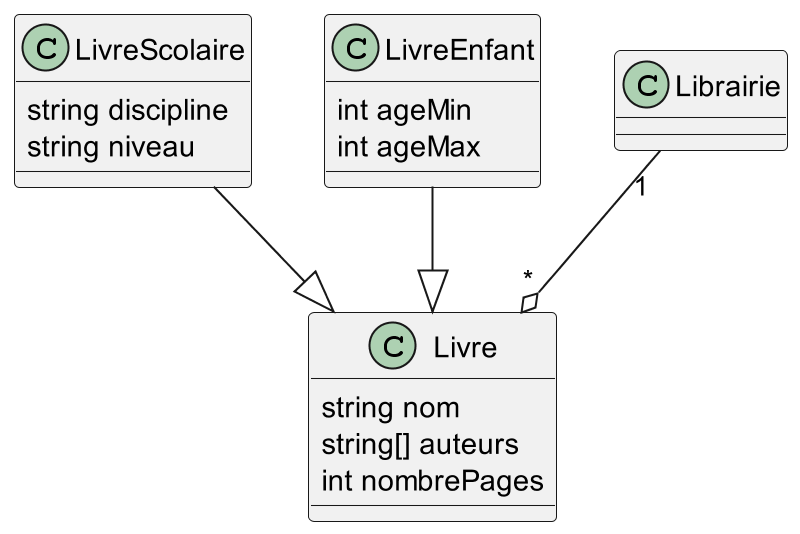
The PlantUML diagram S3/assets/build/librairie.png in thomasGuibert/Cours-Design, before a commit. Its diagram source:
```plantuml
@startuml librairie
scale 800*800


class Livre {
  string nom
  string[] auteurs
  int nombrePages
}

class LivreScolaire {
  string discipline
  string niveau
}

class LivreEnfant {
  int ageMin
  int ageMax
}

Librairie "1" --o "*" Livre
LivreScolaire --|> Livre
LivreEnfant --|> Livre
@enduml
```
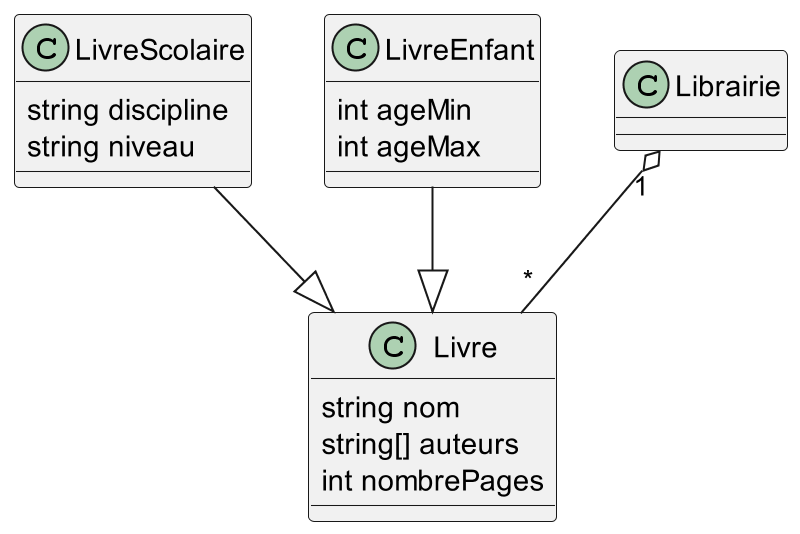
Later version of the same file.

Change to the diagram source:
```diff
@@ -18,7 +18,7 @@
   int ageMax
 }
 
-Librairie "1" --o "*" Livre
+Librairie "1" o-- "*" Livre
 LivreScolaire --|> Livre
 LivreEnfant --|> Livre
 @enduml
```
